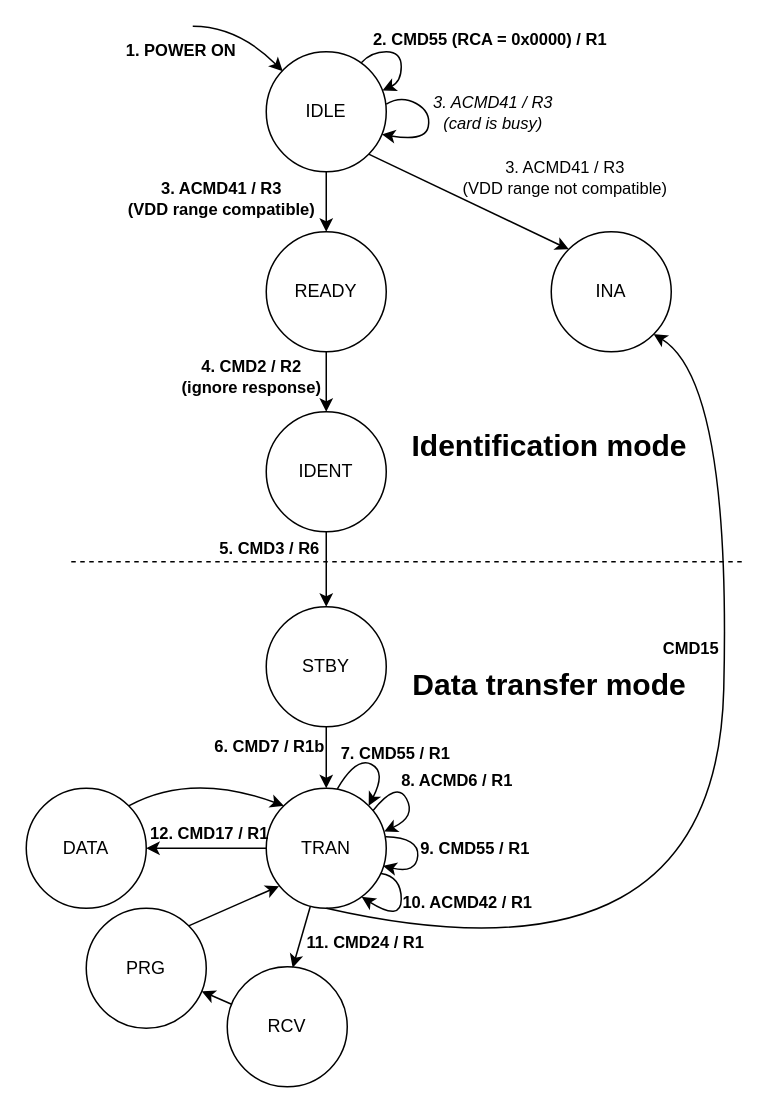
Earlier version of the draw.io diagram docs/SD/SD_card_states.drawio (sirazenkov/GhostSD). Source tidied: cells renumbered, new cells numbered last; positions are measured from the earlier drawing's top-left corner, leaving out a move shared by most shapes. Both pictures are drawn from the tidied source at 150%, with x=0, y=0 at pixel (26, 26).
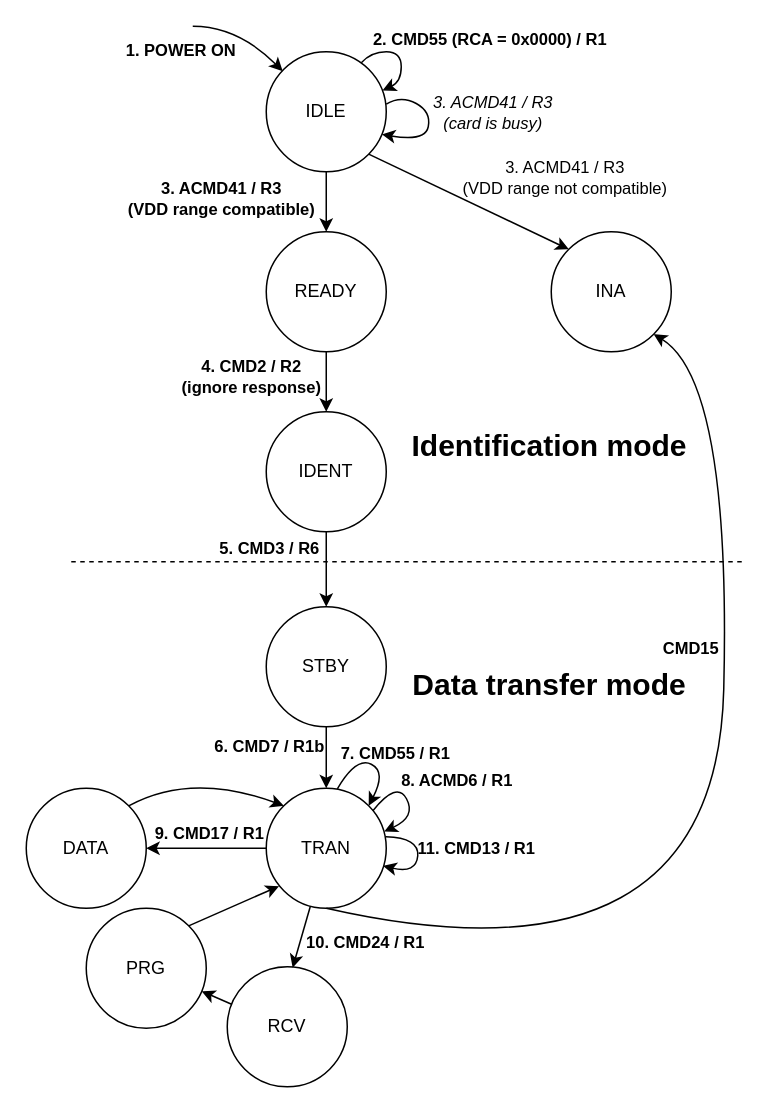
The same page after the edit.

The change refers to these unchanged cells:
```xml
<mxCell id="24" value="TRAN" style="ellipse;whiteSpace=wrap;html=1;" parent="1" vertex="1">
  <mxGeometry x="160" y="508" width="80" height="80" as="geometry" />
</mxCell>
<mxCell id="29" style="curved=1;endArrow=classic;html=1;rounded=0;exitX=0;exitY=0.5;exitDx=0;exitDy=0;entryX=1;entryY=0.5;entryDx=0;entryDy=0;" parent="1" edge="1" source="24" target="33">
  <mxGeometry relative="1" as="geometry" />
</mxCell>
<mxCell id="37" style="curved=1;endArrow=classic;html=1;rounded=0;exitX=0.367;exitY=0.985;exitDx=0;exitDy=0;entryX=0.545;entryY=0.008;entryDx=0;entryDy=0;entryPerimeter=0;exitPerimeter=0;" parent="1" edge="1" source="24" target="36">
  <mxGeometry relative="1" as="geometry" />
</mxCell>
<mxCell id="45" style="curved=1;endArrow=classic;html=1;rounded=0;exitX=0.997;exitY=0.43;exitDx=0;exitDy=0;exitPerimeter=0;entryX=0.974;entryY=0.672;entryDx=0;entryDy=0;entryPerimeter=0;" parent="1" edge="1">
  <mxGeometry relative="1" as="geometry">
    <mxPoint x="239.8" y="540.4" as="sourcePoint" />
    <mxPoint x="237.9" y="559.8" as="targetPoint" />
    <Array as="points">
      <mxPoint x="262" y="541" />
      <mxPoint x="260" y="565" />
    </Array>
  </mxGeometry>
</mxCell>
```

Diff of the diagram source:
```diff
@@
-    <mxCell id="30" value="&lt;b&gt;12. CMD17 / R1&lt;/b&gt;" style="edgeLabel;html=1;align=center;verticalAlign=middle;fontSize=11;labelBackgroundColor=none;" parent="29" vertex="1">
+    <mxCell id="30" value="&lt;b&gt;9. CMD17 / R1&lt;/b&gt;" style="edgeLabel;html=1;align=center;verticalAlign=middle;fontSize=11;labelBackgroundColor=none;" parent="29" vertex="1">
       <mxGeometry x="-0.38" relative="1" as="geometry">
         <mxPoint x="-14" y="-11" as="offset" />
       </mxGeometry>
     </mxCell>
@@
-    <mxCell id="38" value="&lt;b&gt;11. CMD24 / R1&lt;/b&gt;" style="edgeLabel;html=1;align=center;verticalAlign=middle;fontSize=11;labelBackgroundColor=none;" parent="37" vertex="1">
+    <mxCell id="38" value="&lt;b&gt;10. CMD24 / R1&lt;/b&gt;" style="edgeLabel;html=1;align=center;verticalAlign=middle;fontSize=11;labelBackgroundColor=none;" parent="37" vertex="1">
       <mxGeometry x="-0.38" relative="1" as="geometry">
         <mxPoint x="40" y="11" as="offset" />
       </mxGeometry>
     </mxCell>
@@
-    <mxCell id="43" style="curved=1;endArrow=classic;html=1;rounded=0;entryX=0.796;entryY=0.906;entryDx=0;entryDy=0;entryPerimeter=0;exitX=0.969;exitY=0.686;exitDx=0;exitDy=0;exitPerimeter=0;" parent="1" edge="1" target="24">
-      <mxGeometry relative="1" as="geometry">
-        <mxPoint x="236.5" y="564.9" as="sourcePoint" />
-        <Array as="points">
-          <mxPoint x="250" y="567" />
-          <mxPoint x="250" y="597" />
-        </Array>
-      </mxGeometry>
-    </mxCell>
-    <mxCell id="44" value="&lt;b style=&quot;&quot;&gt;10. ACMD42 / R1&lt;/b&gt;" style="edgeLabel;html=1;align=center;verticalAlign=middle;labelBackgroundColor=none;" parent="43" vertex="1">
-      <mxGeometry x="-0.1" y="-1" relative="1" as="geometry">
-        <mxPoint x="44" y="-4" as="offset" />
-      </mxGeometry>
-    </mxCell>
@@
-    <mxCell id="46" value="&lt;b style=&quot;&quot;&gt;9. CMD55 / R1&lt;/b&gt;" style="edgeLabel;html=1;align=center;verticalAlign=middle;labelBackgroundColor=none;" parent="45" vertex="1">
+    <mxCell id="46" value="&lt;b style=&quot;&quot;&gt;11. CMD13 / R1&lt;/b&gt;" style="edgeLabel;html=1;align=center;verticalAlign=middle;labelBackgroundColor=none;" parent="45" vertex="1">
       <mxGeometry x="-0.1" y="-1" relative="1" as="geometry">
-        <mxPoint x="38" y="-2" as="offset" />
+        <mxPoint x="39" y="-2" as="offset" />
       </mxGeometry>
     </mxCell>
```
